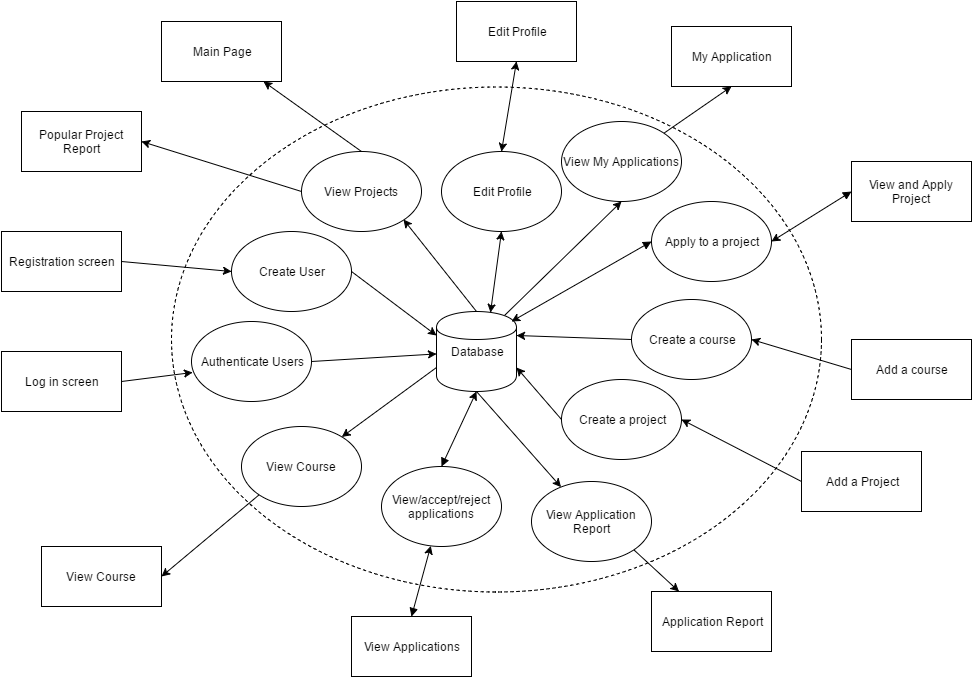
Before: phase1/Information Flow.png, a diagram exported from draw.io (lusean/CS4400-Project). Source tidied: cells renumbered, new cells last; positions are measured from the earlier drawing's top-left corner, leaving out a move shared by most shapes.
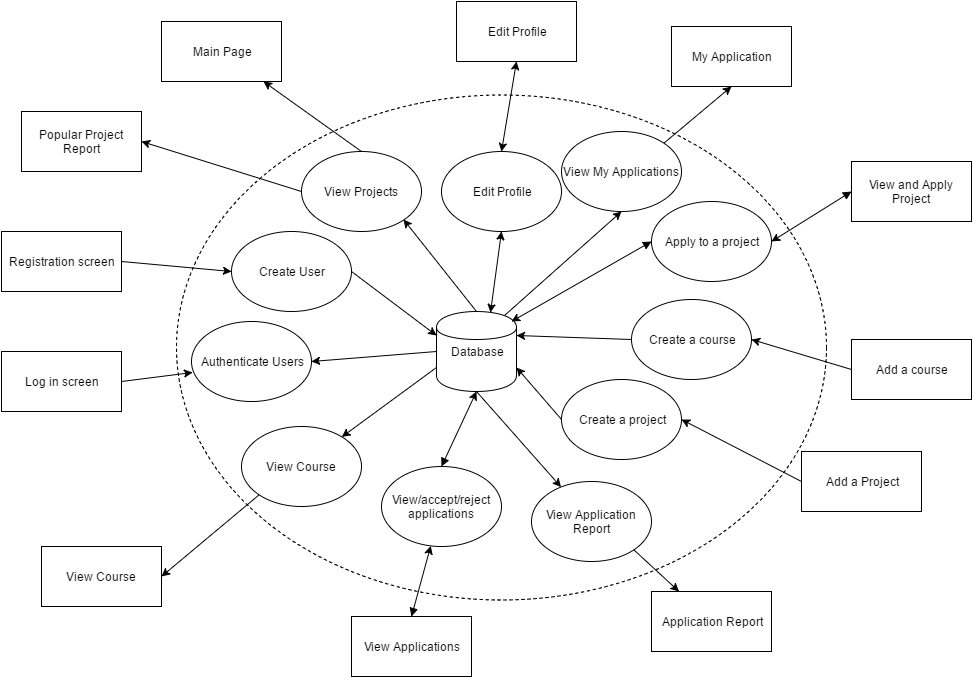
After the change.

Commit message:
changed arrow direction on login task

The edit, as a diff of the source:
```diff
@@ -72,7 +72,7 @@
       <mxGeometry x="850" y="338" width="120" height="60" as="geometry" />
     </mxCell>
     <mxCell id="25" style="ellipse;whiteSpace=wrap;html=1;fillColor=none;dashed=1;" parent="1" vertex="1">
-      <mxGeometry x="170" y="85" width="650" height="505" as="geometry" />
+      <mxGeometry x="175" y="93" width="650" height="505" as="geometry" />
     </mxCell>
     <mxCell id="26" style="html=1;exitX=0;exitY=0.5;entryX=1;entryY=0.7;jettySize=auto;rounded=0;" parent="1" edge="1" source="27" target="6">
       <mxGeometry relative="1" as="geometry" />
@@ -116,7 +116,7 @@
     <mxCell id="39" value="Apply to a project" style="ellipse;whiteSpace=wrap;html=1;fillColor=#ffffff;" parent="1" vertex="1">
       <mxGeometry x="650" y="200" width="120" height="80" as="geometry" />
     </mxCell>
-    <mxCell id="40" style="rounded=0;html=1;exitX=1;exitY=0.5;jettySize=auto;" parent="1" edge="1" source="41" target="6">
+    <mxCell id="40" style="rounded=0;html=1;exitX=0;exitY=0.5;jettySize=auto;entryX=1;entryY=0.5;" parent="1" edge="1" source="6" target="41">
       <mxGeometry relative="1" as="geometry" />
     </mxCell>
     <mxCell id="41" value="Authenticate Users" style="ellipse;whiteSpace=wrap;html=1;fillColor=#ffffff;" parent="1" vertex="1">
@@ -138,7 +138,7 @@
       <mxGeometry relative="1" as="geometry" />
     </mxCell>
     <mxCell id="47" value="View My Applications" style="ellipse;whiteSpace=wrap;html=1;fillColor=#ffffff;" parent="1" vertex="1">
-      <mxGeometry x="560" y="120" width="120" height="80" as="geometry" />
+      <mxGeometry x="560" y="130" width="120" height="80" as="geometry" />
     </mxCell>
     <mxCell id="48" style="rounded=0;html=1;exitX=0.5;exitY=0;entryX=0.5;entryY=1;jettySize=auto;startArrow=block;startFill=1;" parent="1" edge="1" source="49" target="6">
       <mxGeometry relative="1" as="geometry" />
```
